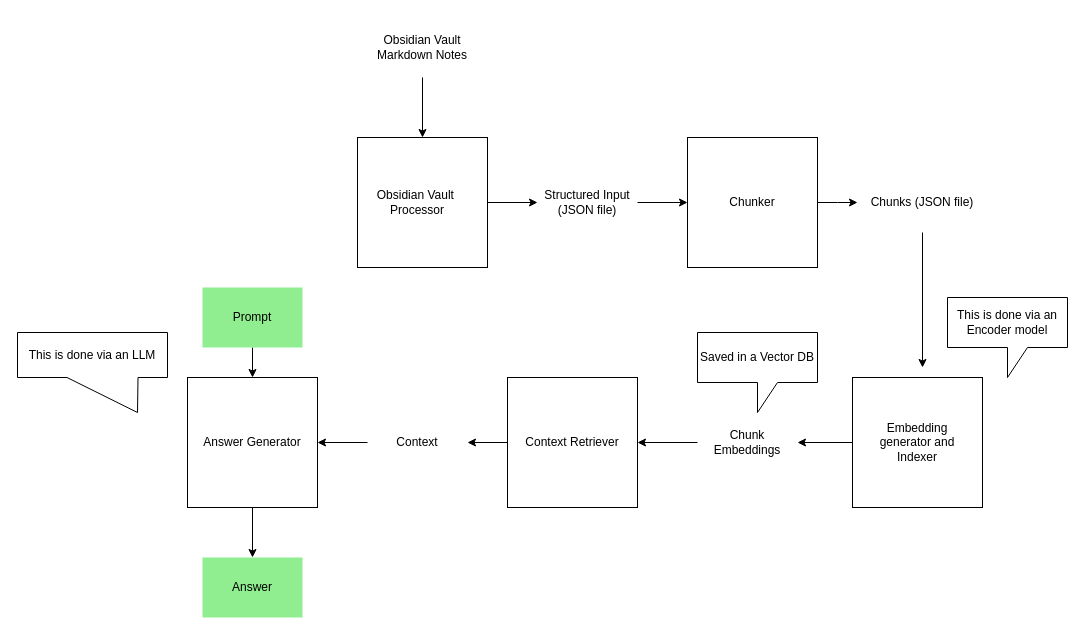
Before: Resources/Atlas_Architecture.drawio in DivyenduDutta/Atlas, a draw.io diagram. Source tidied: cells renumbered, new cells numbered last; positions are measured from the earlier drawing's top-left corner, leaving out a move shared by most shapes. Both pictures are drawn from the tidied source at 100%, with x=0, y=0 at pixel (17, 17).
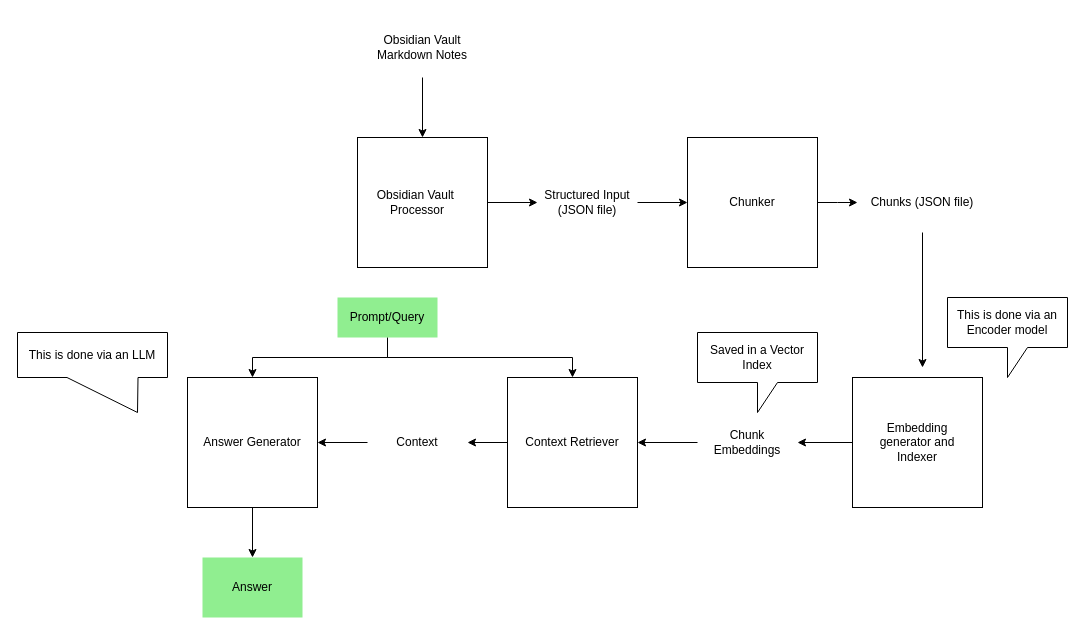
The same diagram, later.

Commit message (it also covers changes not shown here):
[CHORE] Update architecture diagram

Updated minor changes to architecture diagram

Unchanged cells that the change refers to:
```xml
<mxCell id="21" style="whiteSpace=wrap;html=1;" parent="1" vertex="1">
  <mxGeometry x="490" y="360" width="130" height="130" as="geometry" />
</mxCell>
```

The edit, as a diff of the source:
```diff
@@
+    <mxCell id="32" style="edgeStyle=orthogonalEdgeStyle;rounded=0;jettySize=auto;html=1;entryX=0.5;entryY=0;entryDx=0;entryDy=0;" parent="1" edge="1" source="26" target="21">
+      <mxGeometry relative="1" as="geometry">
+        <Array as="points">
+          <mxPoint x="370" y="340" />
+          <mxPoint x="555" y="340" />
+        </Array>
+      </mxGeometry>
+    </mxCell>
-    <mxCell id="26" value="Prompt" style="text;html=1;whiteSpace=wrap;strokeColor=none;fillColor=LightGreen;align=center;verticalAlign=middle;rounded=0;" parent="1" vertex="1">
-      <mxGeometry x="185" y="270" width="100" height="60" as="geometry" />
+    <mxCell id="26" value="Prompt/Query" style="text;html=1;whiteSpace=wrap;strokeColor=none;fillColor=LightGreen;align=center;verticalAlign=middle;rounded=0;" parent="1" vertex="1">
+      <mxGeometry x="320" y="280" width="100" height="40" as="geometry" />
     </mxCell>
@@
-    <mxCell id="31" value="Saved in a Vector DB" style="shape=callout;whiteSpace=wrap;html=1;perimeter=calloutPerimeter;" parent="1" vertex="1">
+    <mxCell id="31" value="Saved in a Vector Index" style="shape=callout;whiteSpace=wrap;html=1;perimeter=calloutPerimeter;" parent="1" vertex="1">
       <mxGeometry x="680" y="315" width="120" height="80" as="geometry" />
     </mxCell>
```
